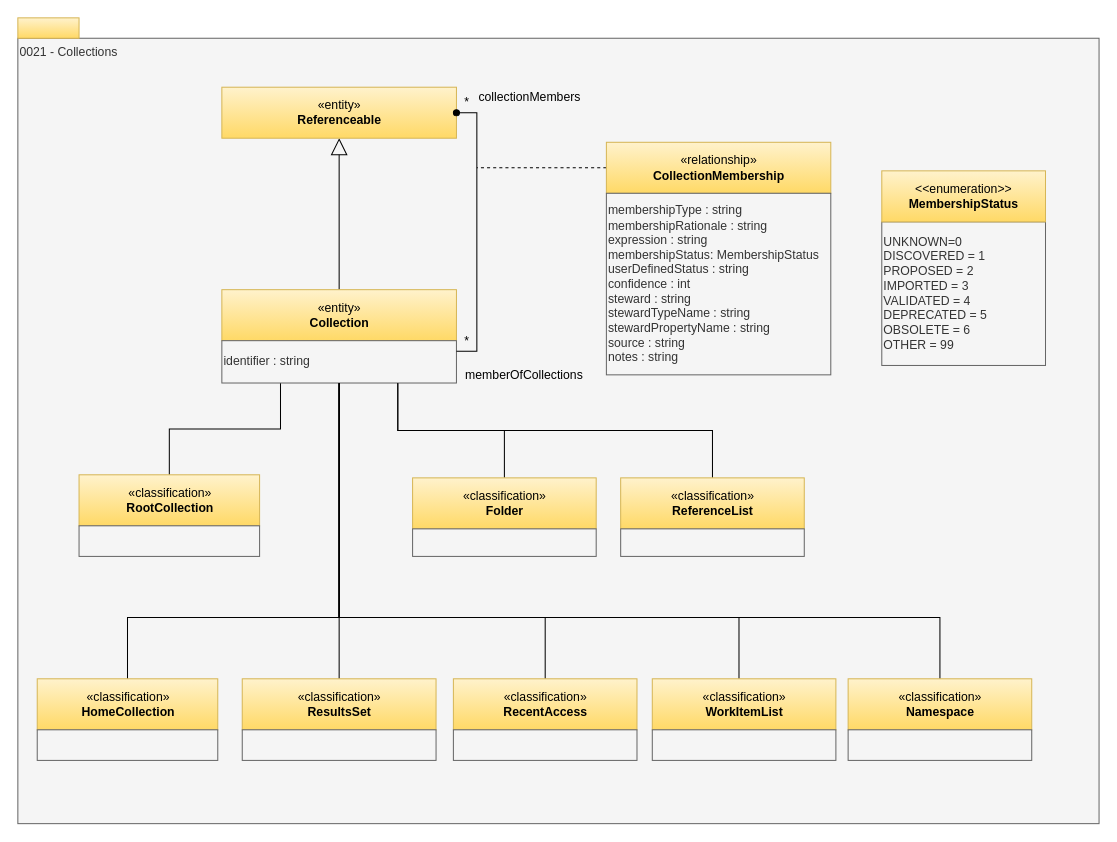
Earlier version of the draw.io diagram page "0021-Collections" (15 of 32) of site/docs/types/0/area-0-basic-types-and-infrastructure.drawio (odpi/egeria-docs). Source tidied: cells renumbered, new cells numbered last; positions are measured from the earlier drawing's top-left corner, leaving out a move shared by most shapes. Both pictures are drawn from the tidied source at 102%, with x=0, y=0 at pixel (17, 17).
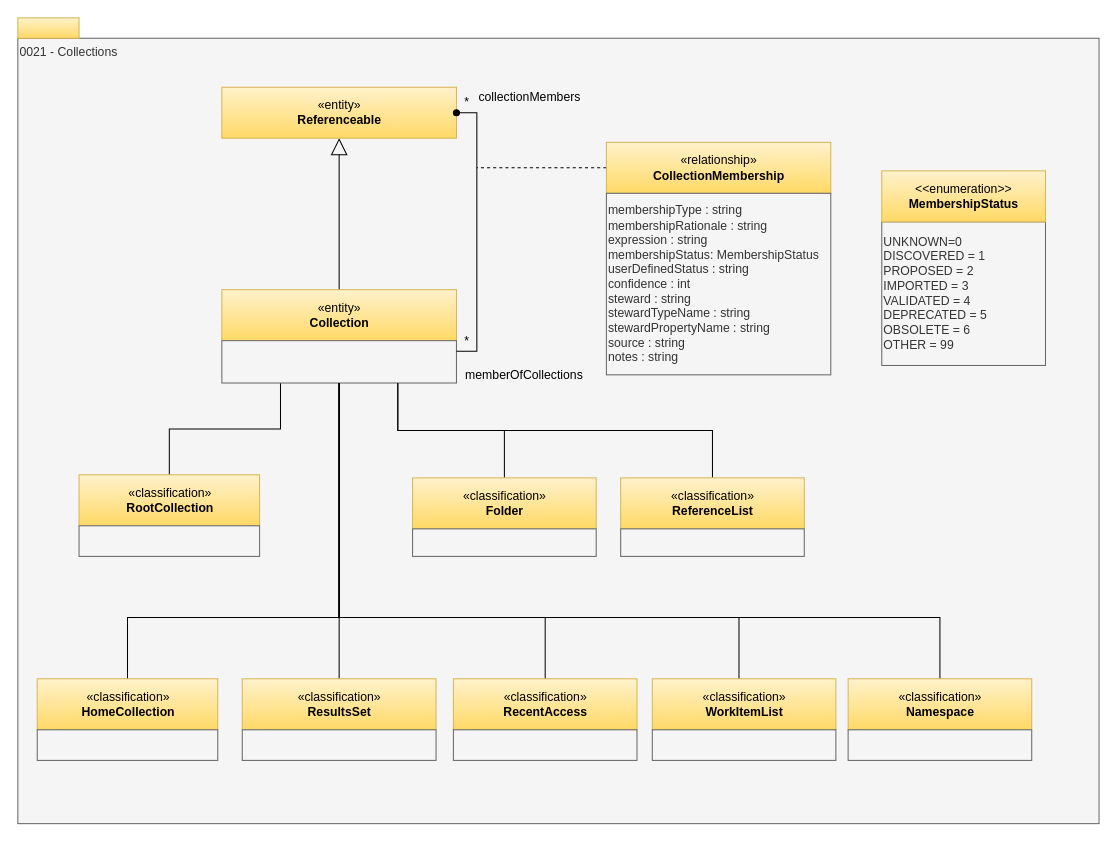
The same page after the edit.

The edit, as a diff of the source:
```diff
@@
-    <mxCell id="10" value="identifier : string" style="rounded=0;whiteSpace=wrap;html=1;align=left;fillColor=#f5f5f5;fontColor=#333333;strokeColor=#666666;" parent="1" vertex="1">
+    <mxCell id="10" style="rounded=0;whiteSpace=wrap;html=1;align=left;fillColor=#f5f5f5;fontColor=#333333;strokeColor=#666666;" parent="1" vertex="1">
       <mxGeometry x="200" y="316.5" width="230" height="41.5" as="geometry" />
     </mxCell>
```
